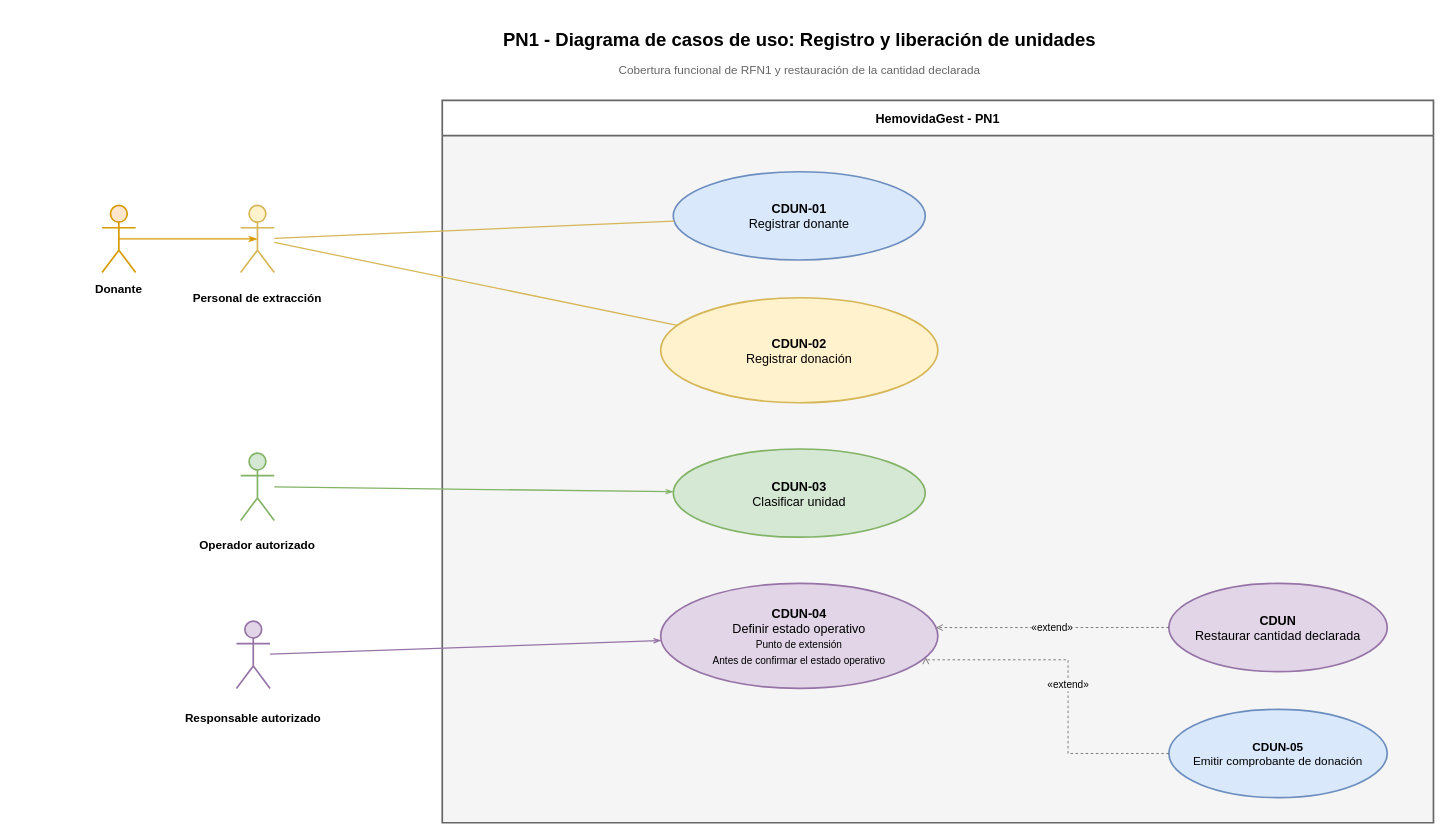
Above: Diagramas/Bitacora de cantidad de donacion/T06b - Correccion de cantidad de donacion - Casos de uso.drawio in juanNH/Ingenieria-de-Software (draw.io), before the change. Source tidied: cells renumbered, new cells numbered last; positions are measured from the earlier drawing's top-left corner, leaving out a move shared by most shapes. Both pictures are drawn from the tidied source at 84%, with x=0, y=0 at pixel (22, 23).
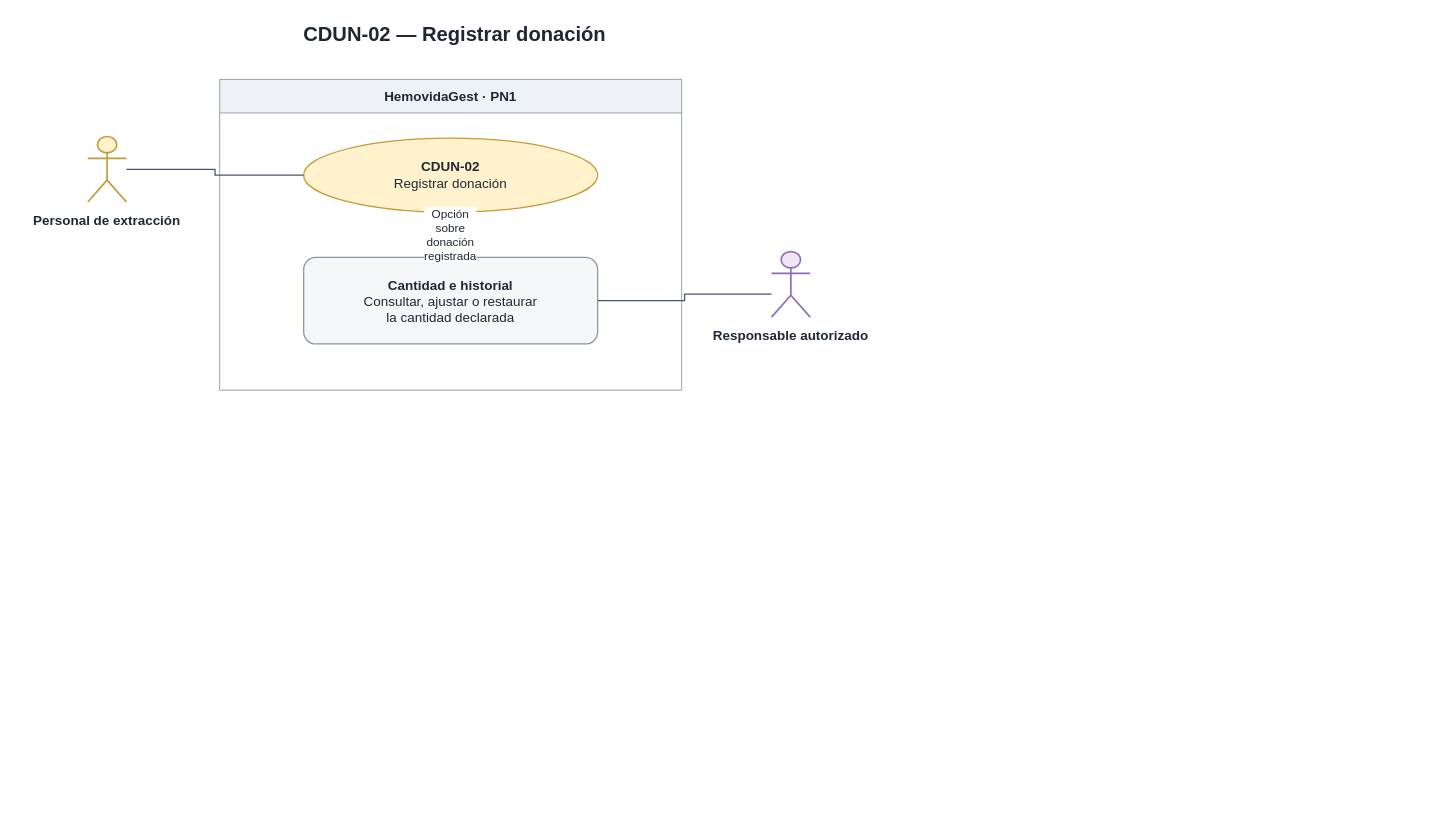
The same page after the edit.

The edit, as a diff of the source:
```diff
@@
-    <mxCell id="2" value="PN1 - Diagrama de casos de uso: Registro y liberación de unidades" style="text;html=1;strokeColor=none;fillColor=none;fontStyle=1;fontSize=22;align=center;verticalAlign=middle;fontFamily=Arial;" parent="1" vertex="1">
-      <mxGeometry x="295" width="1260" height="42" as="geometry" />
+    <mxCell id="2" value="CDUN-02 — Registrar donación" style="html=1;whiteSpace=wrap;fontFamily=Arial;fontSize=16;fontColor=#202734;text;strokeColor=none;fillColor=none;align=center;verticalAlign=middle;fontSize=24;fontStyle=1;" parent="1" vertex="1">
+      <mxGeometry x="-7" y="-10" width="1044" height="48" as="geometry" />
     </mxCell>
-    <mxCell id="3" value="Cobertura funcional de RFN1 y restauración de la cantidad declarada" style="text;html=1;strokeColor=none;fillColor=none;fontSize=14;align=center;verticalAlign=middle;fontColor=#666666;fontFamily=Arial;" parent="1" vertex="1">
-      <mxGeometry x="475" y="42" width="900" height="28" as="geometry" />
-    </mxCell>
-    <mxCell id="4" value="HemovidaGest - PN1" style="swimlane;horizontal=1;startSize=42;whiteSpace=wrap;html=1;rounded=0;fillColor=none;swimlaneFillColor=#f5f5f5;strokeColor=#666666;strokeWidth=2;fontStyle=1;fontSize=15;fontFamily=Arial;align=center;verticalAlign=middle;" parent="1" vertex="1">
-      <mxGeometry x="500" y="92" width="1180" height="860" as="geometry" />
+    <mxCell id="4" value="&lt;b&gt;HemovidaGest · PN1&lt;/b&gt;" style="swimlane;horizontal=1;startSize=40;fillColor=#eef1f5;swimlaneFillColor=#ffffff;strokeColor=#8291a3;html=1;whiteSpace=wrap;fontFamily=Arial;fontSize=16;fontColor=#202734;" parent="1" vertex="1">
+      <mxGeometry x="235" y="67" width="550" height="370" as="geometry" />
     </mxCell>
-    <mxCell id="5" value="&lt;b&gt;CDUN-01&lt;/b&gt;&lt;br&gt;Registrar donante" style="ellipse;whiteSpace=wrap;html=1;fillColor=#dae8fc;strokeColor=#6c8ebf;strokeWidth=2;fontSize=15;fontFamily=Arial;align=center;verticalAlign=middle;" parent="1" vertex="1">
-      <mxGeometry x="775" y="177" width="300" height="105" as="geometry" />
-    </mxCell>
-    <mxCell id="6" value="&lt;b&gt;CDUN-02&lt;/b&gt;&lt;br&gt;Registrar donación" style="ellipse;whiteSpace=wrap;html=1;fillColor=#fff2cc;strokeColor=#d6b656;strokeWidth=2;fontSize=15;fontFamily=Arial;align=center;verticalAlign=middle;" parent="1" vertex="1">
-      <mxGeometry x="760" y="327" width="330" height="125" as="geometry" />
+    <mxCell id="6" value="&lt;b&gt;CDUN-02&lt;/b&gt;&lt;br&gt;Registrar donación" style="html=1;whiteSpace=wrap;fontFamily=Arial;fontSize=16;fontColor=#202734;rounded=1;arcSize=14;strokeWidth=1.5;align=center;verticalAlign=middle;fillColor=#fff2cc;strokeColor=#c39a36;ellipse;perimeter=ellipsePerimeter;" parent="1" vertex="1">
+      <mxGeometry x="335" y="137" width="350" height="88" as="geometry" />
     </mxCell>
-    <mxCell id="7" value="&lt;b&gt;CDUN-03&lt;/b&gt;&lt;br&gt;Clasificar unidad" style="ellipse;whiteSpace=wrap;html=1;fillColor=#d5e8d4;strokeColor=#82b366;strokeWidth=2;fontSize=15;fontFamily=Arial;align=center;verticalAlign=middle;" parent="1" vertex="1">
-      <mxGeometry x="775" y="507" width="300" height="105" as="geometry" />
-    </mxCell>
-    <mxCell id="8" value="&lt;b&gt;CDUN-04&lt;/b&gt;&lt;br&gt;Definir estado operativo&lt;br&gt;&lt;span style=&quot;font-size:12px&quot;&gt;Punto de extensión&lt;br&gt;Antes de confirmar el estado operativo&lt;/span&gt;" style="ellipse;whiteSpace=wrap;html=1;fillColor=#e1d5e7;strokeColor=#9673a6;strokeWidth=2;fontSize=15;fontFamily=Arial;align=center;verticalAlign=middle;" parent="1" vertex="1">
-      <mxGeometry x="760" y="667" width="330" height="125" as="geometry" />
-    </mxCell>
-    <mxCell id="9" style="shape=umlActor;html=1;fillColor=#ffe6cc;strokeColor=#d79b00;strokeWidth=2;" parent="1" vertex="1">
-      <mxGeometry x="95" y="217" width="40" height="80" as="geometry" />
-    </mxCell>
-    <mxCell id="10" value="&lt;b&gt;Donante&lt;/b&gt;" style="text;html=1;strokeColor=none;fillColor=none;fontSize=14;fontFamily=Arial;align=center;verticalAlign=top;whiteSpace=wrap;" parent="1" vertex="1">
-      <mxGeometry y="302" width="230" height="40" as="geometry" />
-    </mxCell>
-    <mxCell id="11" style="shape=umlActor;html=1;fillColor=#fff2cc;strokeColor=#d6b656;strokeWidth=2;" parent="1" vertex="1">
-      <mxGeometry x="260" y="217" width="40" height="80" as="geometry" />
-    </mxCell>
+    <mxCell id="26" value="&lt;b&gt;Cantidad e historial&lt;/b&gt;&lt;br&gt;Consultar, ajustar o restaurar&lt;br&gt;la cantidad declarada" style="html=1;whiteSpace=wrap;fontFamily=Arial;fontSize=16;fontColor=#202734;rounded=1;arcSize=14;strokeWidth=1.5;align=center;verticalAlign=middle;fillColor=#f5f6f8;strokeColor=#8b95a4;" parent="1" vertex="1">
+      <mxGeometry x="335" y="279" width="350" height="103" as="geometry" />
+    </mxCell>
+    <mxCell id="27" style="shape=umlActor;html=1;strokeWidth=2;fillColor=#fff2cc;strokeColor=#c39a36;" parent="1" vertex="1">
+      <mxGeometry x="78" y="135" width="46" height="78" as="geometry" />
+    </mxCell>
-    <mxCell id="12" value="&lt;b&gt;Personal de extracción&lt;/b&gt;" style="text;html=1;strokeColor=none;fillColor=none;fontSize=14;fontFamily=Arial;align=center;verticalAlign=top;whiteSpace=wrap;" parent="1" vertex="1">
-      <mxGeometry x="150" y="312" width="260" height="40" as="geometry" />
+    <mxCell id="12" value="&lt;b&gt;Personal de extracción&lt;/b&gt;" style="html=1;whiteSpace=wrap;fontFamily=Arial;fontSize=16;fontColor=#202734;text;strokeColor=none;fillColor=none;align=center;verticalAlign=middle;" parent="1" vertex="1">
+      <mxGeometry x="-9" y="215" width="220" height="40" as="geometry" />
     </mxCell>
-    <mxCell id="13" style="shape=umlActor;html=1;fillColor=#d5e8d4;strokeColor=#82b366;strokeWidth=2;" parent="1" vertex="1">
-      <mxGeometry x="260" y="512" width="40" height="80" as="geometry" />
-    </mxCell>
-    <mxCell id="14" value="&lt;b&gt;Operador autorizado&lt;/b&gt;" style="text;html=1;strokeColor=none;fillColor=none;fontSize=14;fontFamily=Arial;align=center;verticalAlign=top;whiteSpace=wrap;" parent="1" vertex="1">
-      <mxGeometry x="150" y="607" width="260" height="40" as="geometry" />
-    </mxCell>
-    <mxCell id="15" style="shape=umlActor;html=1;fillColor=#e1d5e7;strokeColor=#9673a6;strokeWidth=2;" parent="1" vertex="1">
-      <mxGeometry x="255" y="712" width="40" height="80" as="geometry" />
-    </mxCell>
+    <mxCell id="28" style="shape=umlActor;html=1;strokeWidth=2;fillColor=#efe5f7;strokeColor=#906db4;" parent="1" vertex="1">
+      <mxGeometry x="892" y="272" width="46" height="78" as="geometry" />
+    </mxCell>
-    <mxCell id="16" value="&lt;b&gt;Responsable autorizado&lt;/b&gt;" style="text;html=1;strokeColor=none;fillColor=none;fontSize=14;fontFamily=Arial;align=center;verticalAlign=top;whiteSpace=wrap;" parent="1" vertex="1">
-      <mxGeometry x="135" y="812" width="280" height="40" as="geometry" />
+    <mxCell id="16" value="&lt;b&gt;Responsable autorizado&lt;/b&gt;" style="html=1;whiteSpace=wrap;fontFamily=Arial;fontSize=16;fontColor=#202734;text;strokeColor=none;fillColor=none;align=center;verticalAlign=middle;" parent="1" vertex="1">
+      <mxGeometry x="805" y="352" width="220" height="40" as="geometry" />
     </mxCell>
-    <mxCell id="17" style="rounded=0;html=1;endArrow=classicThin;strokeColor=#d79b00;strokeWidth=1.5;exitX=0.5;exitY=0.5;entryX=0.5;entryY=0.5;entryDx=0;entryDy=0;entryPerimeter=0;exitDx=0;exitDy=0;exitPerimeter=0;endFill=1;" parent="1" edge="1" source="9" target="11">
-      <mxGeometry relative="1" as="geometry" />
-    </mxCell>
-    <mxCell id="18" style="rounded=0;html=1;endArrow=none;strokeColor=#d6b656;strokeWidth=1.5;" parent="1" edge="1" source="11" target="5">
-      <mxGeometry relative="1" as="geometry" />
-    </mxCell>
-    <mxCell id="19" style="rounded=0;html=1;endArrow=none;strokeColor=#d6b656;strokeWidth=1.5;" parent="1" edge="1" source="11" target="6">
-      <mxGeometry relative="1" as="geometry" />
-    </mxCell>
-    <mxCell id="20" style="rounded=0;html=1;endArrow=openThin;strokeColor=#82b366;strokeWidth=1.5;endFill=0;" parent="1" edge="1" source="13" target="7">
-      <mxGeometry relative="1" as="geometry" />
-    </mxCell>
-    <mxCell id="21" style="rounded=0;html=1;endArrow=openThin;strokeColor=#9673a6;strokeWidth=1.5;endFill=0;" parent="1" edge="1" source="15" target="8">
-      <mxGeometry relative="1" as="geometry" />
-    </mxCell>
-    <mxCell id="22" value="&lt;b&gt;CDUN&lt;/b&gt;&lt;br&gt;Restaurar cantidad declarada" style="ellipse;whiteSpace=wrap;html=1;fillColor=#e1d5e7;strokeColor=#9673a6;strokeWidth=2;fontSize=15;fontFamily=Arial;align=center;verticalAlign=middle;" parent="1" vertex="1">
-      <mxGeometry x="1365" y="667" width="260" height="105" as="geometry" />
-    </mxCell>
-    <mxCell id="23" value="&lt;b&gt;CDUN-05&lt;/b&gt;&lt;br&gt;Emitir comprobante de donación" style="ellipse;whiteSpace=wrap;html=1;fillColor=#dae8fc;strokeColor=#6c8ebf;strokeWidth=2;fontSize=14;" parent="1" vertex="1">
-      <mxGeometry x="1365" y="817" width="260" height="105" as="geometry" />
-    </mxCell>
-    <mxCell id="24" value="«extend»" style="edgeStyle=orthogonalEdgeStyle;rounded=0;html=1;endArrow=open;endFill=0;dashed=1;fontSize=12;strokeColor=#666666;exitX=0;exitY=0.5;entryX=1;entryY=0.73;labelBackgroundColor=#f5f5f5;" parent="1" edge="1" source="23" target="8">
-      <mxGeometry relative="1" as="geometry">
-        <Array as="points">
-          <mxPoint x="1245" y="870" />
-          <mxPoint x="1245" y="758" />
-        </Array>
-      </mxGeometry>
-    </mxCell>
-    <mxCell id="25" value="«extend»" style="rounded=0;html=1;endArrow=open;endFill=0;dashed=1;fontSize=12;fontFamily=Arial;strokeColor=#666666;exitX=0;exitY=0.5;entryX=1;entryY=0.42;labelBackgroundColor=#f5f5f5;" parent="1" edge="1" source="22" target="8">
-      <mxGeometry relative="1" as="geometry" />
-    </mxCell>
+    <mxCell id="29" style="html=1;whiteSpace=wrap;fontFamily=Arial;fontSize=16;fontColor=#202734;edgeStyle=orthogonalEdgeStyle;rounded=0;endArrow=block;endFill=1;strokeColor=#495669;strokeWidth=1.5;fontSize=14;labelBackgroundColor=#ffffff;endArrow=none;exitX=1;exitY=0.5;entryX=0;entryY=0.5;" parent="1" edge="1" source="27" target="6">
+      <mxGeometry relative="1" as="geometry" />
+    </mxCell>
+    <mxCell id="30" value="Opción sobre donación registrada" style="html=1;whiteSpace=wrap;fontFamily=Arial;fontSize=16;fontColor=#202734;edgeStyle=orthogonalEdgeStyle;rounded=0;endArrow=block;endFill=1;strokeColor=#495669;strokeWidth=1.5;fontSize=14;labelBackgroundColor=#ffffff;dashed=1;endArrow=open;endFill=0;exitX=0.5;exitY=1;entryX=0.5;entryY=0;" parent="1" edge="1" source="6" target="26">
+      <mxGeometry relative="1" as="geometry" />
+    </mxCell>
+    <mxCell id="31" style="html=1;whiteSpace=wrap;fontFamily=Arial;fontSize=16;fontColor=#202734;edgeStyle=orthogonalEdgeStyle;rounded=0;endArrow=block;endFill=1;strokeColor=#495669;strokeWidth=1.5;fontSize=14;labelBackgroundColor=#ffffff;endArrow=none;exitX=0;exitY=0.65;entryX=1;entryY=0.5;" parent="1" edge="1" source="28" target="26">
+      <mxGeometry relative="1" as="geometry" />
+    </mxCell>
```
